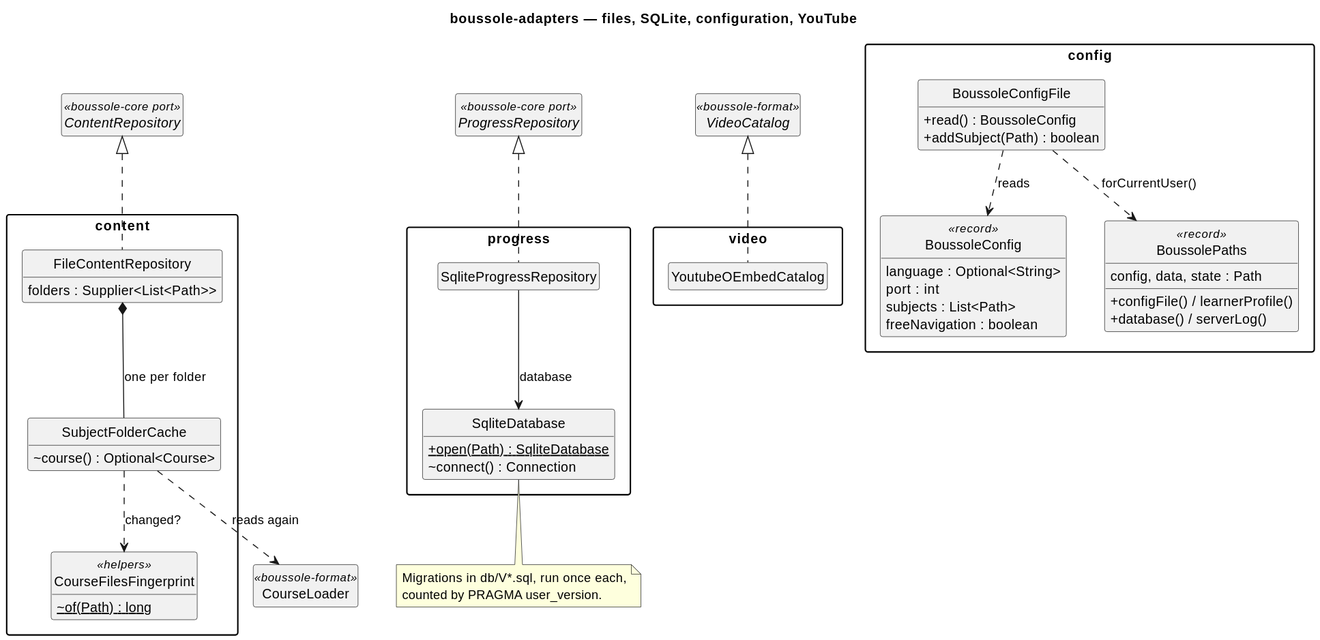
Earlier version of the PlantUML export docs/diagrams/60-adapters.svg (lucasssoh/Boussole).
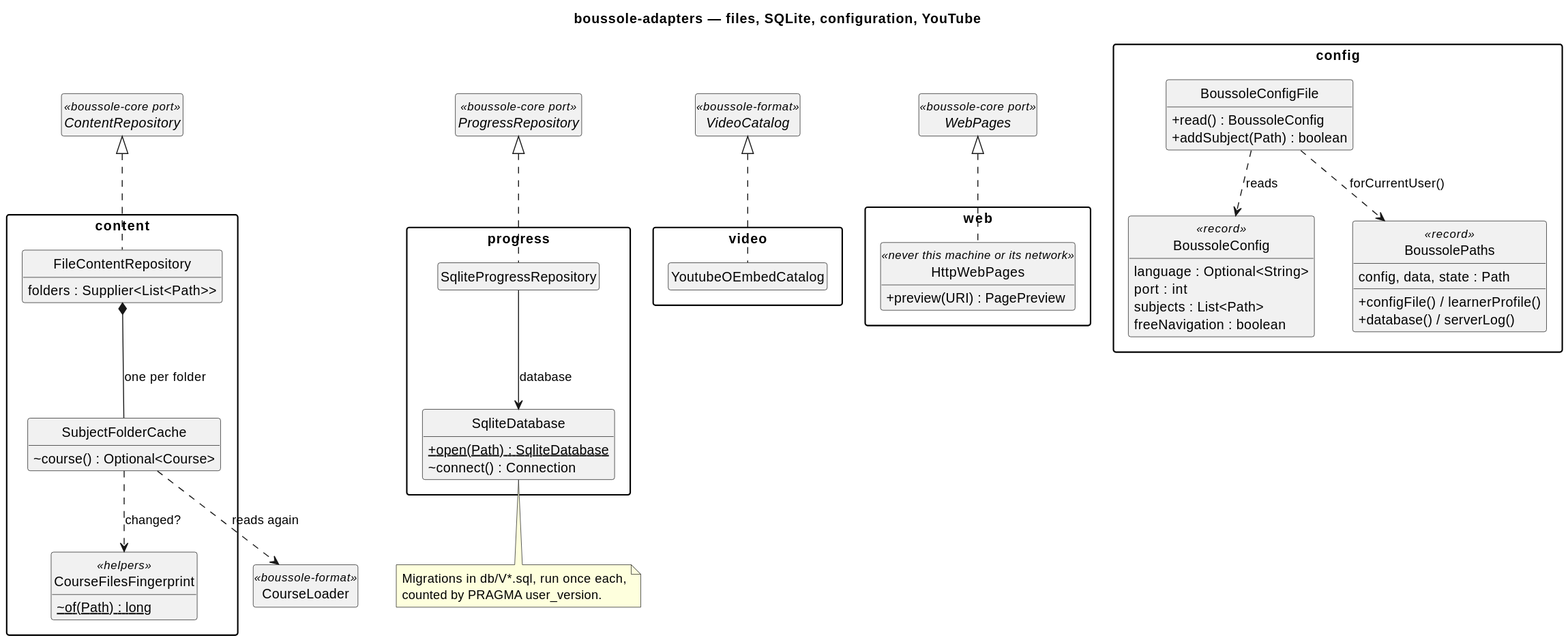
The same diagram one commit later.

The edit, as a diff of the source:
```diff
@@ -49,12 +49,20 @@
   class YoutubeOEmbedCatalog
 }
 
+package "web" {
+  class HttpWebPages <<never this machine or its network>> {
+    +preview(URI) : PagePreview
+  }
+}
+
 interface ContentRepository <<boussole-core port>>
 interface ProgressRepository <<boussole-core port>>
 interface VideoCatalog <<boussole-format>>
+interface WebPages <<boussole-core port>>
 class CourseLoader <<boussole-format>>
 
 ContentRepository <|.. FileContentRepository
+WebPages <|.. HttpWebPages
 FileContentRepository *-- SubjectFolderCache : one per folder
 SubjectFolderCache ..> CourseFilesFingerprint : changed?
 SubjectFolderCache ..> CourseLoader : reads again
```
